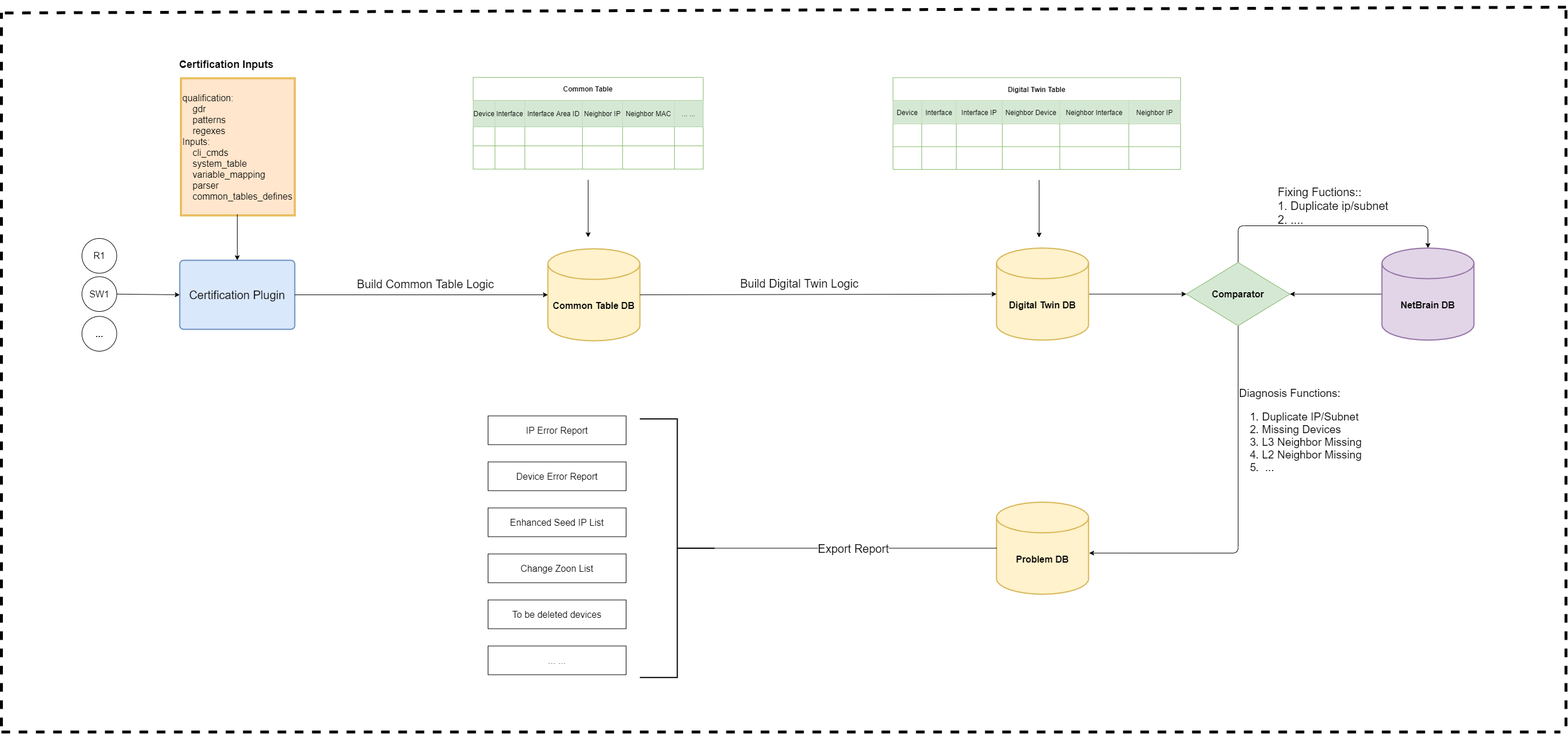
Earlier version of the draw.io export Platform Certification Guidance/images/Certification-Framework.png (PlatformCertification/Certification-IEv10.0). Source tidied: cells renumbered, new cells last; positions are measured from the earlier drawing's top-left corner, leaving out a move shared by most shapes.
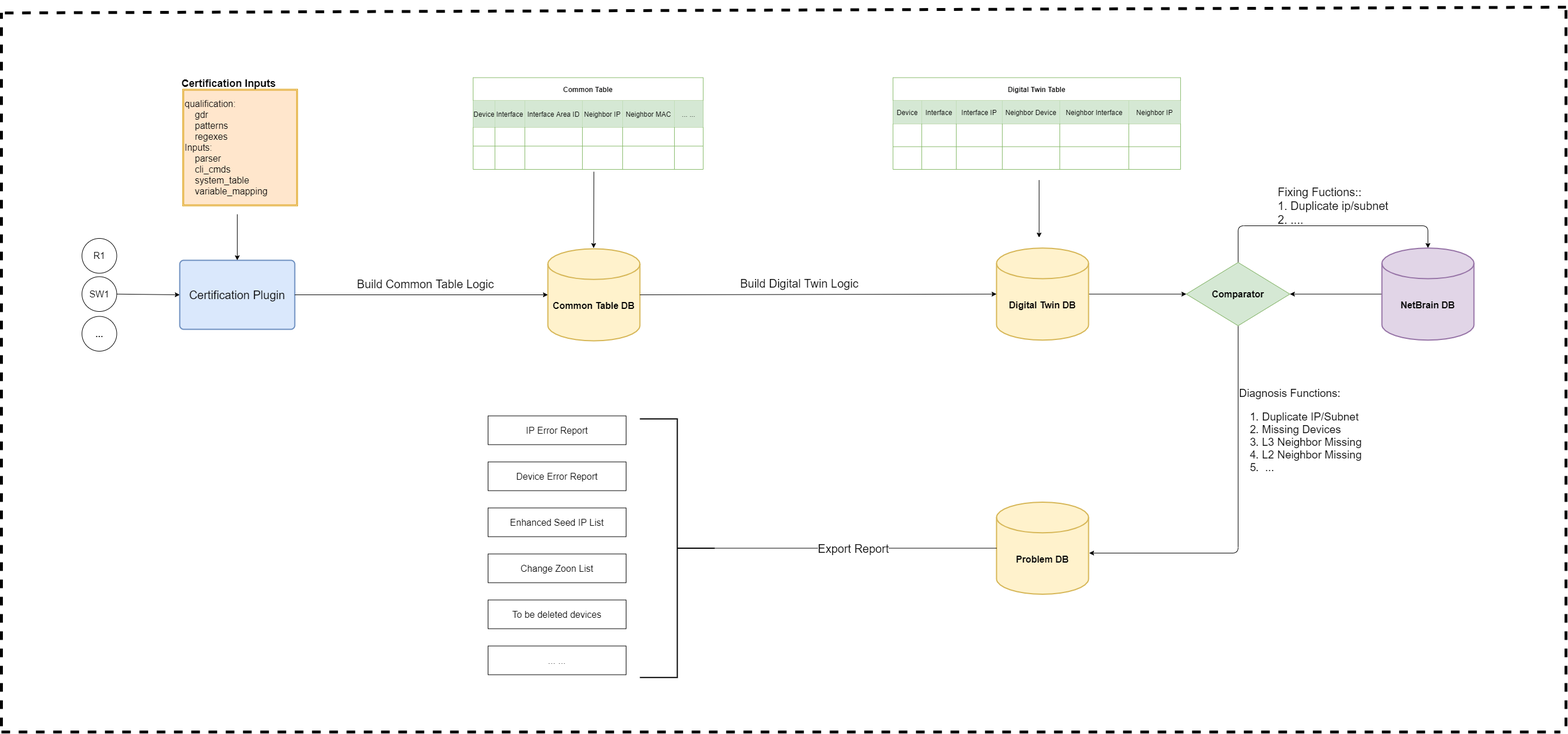
The same diagram one commit later.

The edit, as a diff of the source:
```diff
@@ -36,7 +36,7 @@
       <mxGeometry x="140" y="547.5" width="60.5" height="60.5" as="geometry" />
     </mxCell>
     <mxCell id="9" value="Common Table" style="shape=table;html=1;whiteSpace=wrap;startSize=40;fontStyle=1;align=center;strokeColor=#87BA6A;swimlaneFillColor=none;" parent="1" vertex="1">
-      <mxGeometry x="820" y="132" width="400" height="159.5" as="geometry" />
+      <mxGeometry x="820" y="132.5" width="400" height="159.5" as="geometry" />
     </mxCell>
     <mxCell id="10" style="shape=partialRectangle;html=1;whiteSpace=wrap;fillColor=none;top=0;left=0;bottom=0;right=0;" parent="9" vertex="1">
       <mxGeometry y="40" width="400" height="46" as="geometry" />
@@ -195,11 +195,11 @@
         <mxPoint y="-22" as="offset" />
       </mxGeometry>
     </mxCell>
-    <mxCell id="61" value="&lt;font style=&quot;font-size: 16px&quot;&gt;qualification:&lt;br&gt;&amp;nbsp; &amp;nbsp; gdr&lt;br&gt;&amp;nbsp; &amp;nbsp; patterns&lt;br&gt;&amp;nbsp; &amp;nbsp; regexes&lt;br&gt;Inputs:&lt;br&gt;&amp;nbsp; &amp;nbsp; cli_cmds&lt;br&gt;&amp;nbsp; &amp;nbsp; system_table&lt;br&gt;&amp;nbsp; &amp;nbsp; variable_mapping&lt;br&gt;&amp;nbsp; &amp;nbsp; parser&lt;br&gt;&amp;nbsp; &amp;nbsp; common_tables_defines&lt;br&gt;&lt;/font&gt;" style="shape=ext;double=1;rounded=0;whiteSpace=wrap;html=1;shadow=0;strokeColor=#d79b00;fillColor=#ffe6cc;align=left;" parent="1" vertex="1">
-      <mxGeometry x="311" y="132.5" width="200" height="240.5" as="geometry" />
+    <mxCell id="61" value="&lt;font style=&quot;font-size: 16px&quot;&gt;qualification:&lt;br&gt;&amp;nbsp; &amp;nbsp; gdr&lt;br&gt;&amp;nbsp; &amp;nbsp; patterns&lt;br&gt;&amp;nbsp; &amp;nbsp; regexes&lt;br&gt;Inputs:&lt;br&gt;&amp;nbsp; &amp;nbsp; parser&lt;br&gt;&amp;nbsp; &amp;nbsp; cli_cmds&lt;br&gt;&amp;nbsp; &amp;nbsp; system_table&lt;br&gt;&amp;nbsp; &amp;nbsp; variable_mapping&lt;br&gt;&lt;/font&gt;" style="shape=ext;double=1;rounded=0;whiteSpace=wrap;html=1;shadow=0;strokeColor=#d79b00;fillColor=#ffe6cc;align=left;" parent="1" vertex="1">
+      <mxGeometry x="315" y="152.5" width="200" height="203" as="geometry" />
     </mxCell>
     <mxCell id="62" value="&lt;font size=&quot;1&quot;&gt;&lt;b style=&quot;font-size: 18px&quot;&gt;Certification Inputs&lt;/b&gt;&lt;/font&gt;" style="text;html=1;align=center;verticalAlign=middle;" parent="1" vertex="1">
-      <mxGeometry x="301" y="100" width="180" height="20" as="geometry" />
+      <mxGeometry x="305" y="132.5" width="180" height="20" as="geometry" />
     </mxCell>
     <mxCell id="63" style="edgeStyle=orthogonalEdgeStyle;rounded=1;jettySize=auto;html=1;exitX=0;exitY=0.5;exitDx=0;exitDy=0;exitPerimeter=0;entryX=1;entryY=0.5;entryDx=0;entryDy=0;" parent="1" edge="1" source="64" target="82">
       <mxGeometry relative="1" as="geometry" />
@@ -249,8 +249,8 @@
     </mxCell>
     <mxCell id="77" style="endArrow=classic;html=1;strokeWidth=1;" parent="1" edge="1">
       <mxGeometry relative="1" as="geometry">
-        <mxPoint x="1020" y="310" as="sourcePoint" />
-        <mxPoint x="1020" y="410" as="targetPoint" />
+        <mxPoint x="1030" y="296" as="sourcePoint" />
+        <mxPoint x="1029.5" y="428.8" as="targetPoint" />
       </mxGeometry>
     </mxCell>
     <mxCell id="78" style="endArrow=classic;html=1;strokeWidth=1;" parent="1" edge="1">
```
